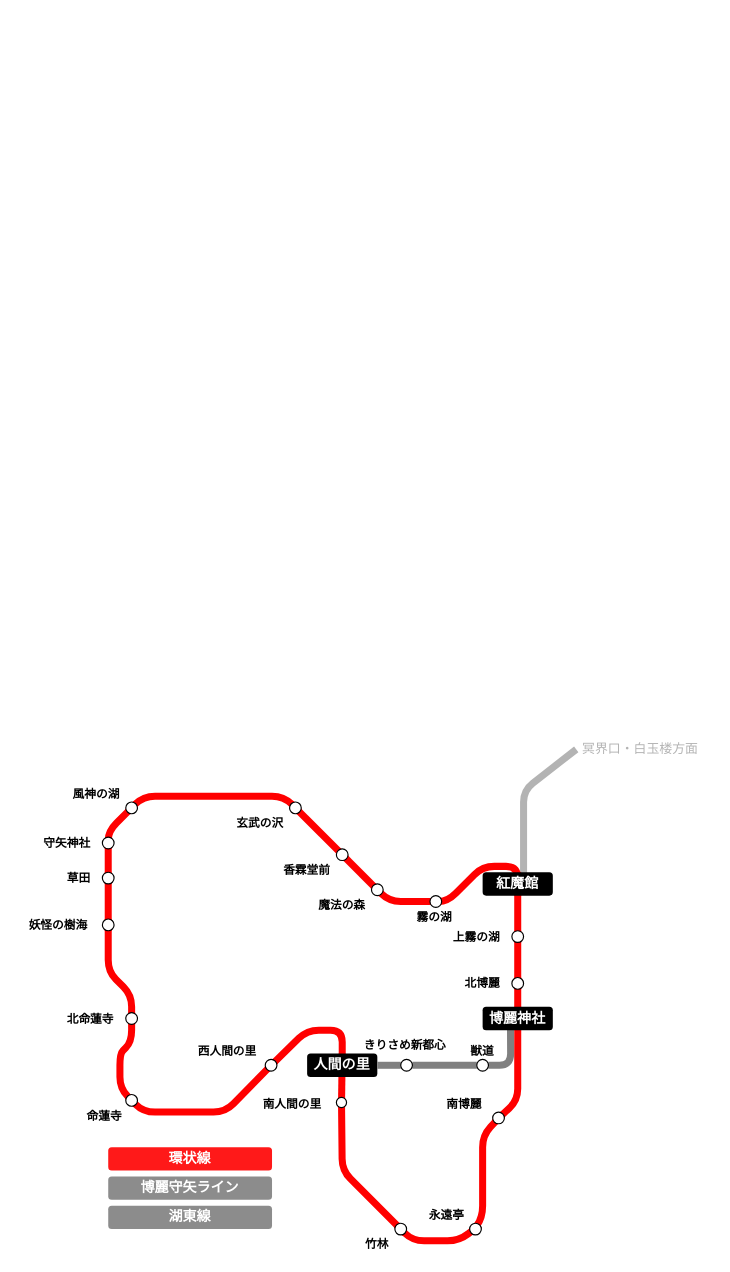
This is resources/Gensokyo_CircleLine_RailMap_Planned.drawio from noname390/BVE-Gensokyo-Railway, a draw.io file, before an edit. Source tidied: cells renumbered, new cells numbered last; positions are measured from the earlier drawing's top-left corner, leaving out a move shared by most shapes. Both pictures are drawn from the tidied source at 117%, with x=0, y=0 at pixel (20, 731).
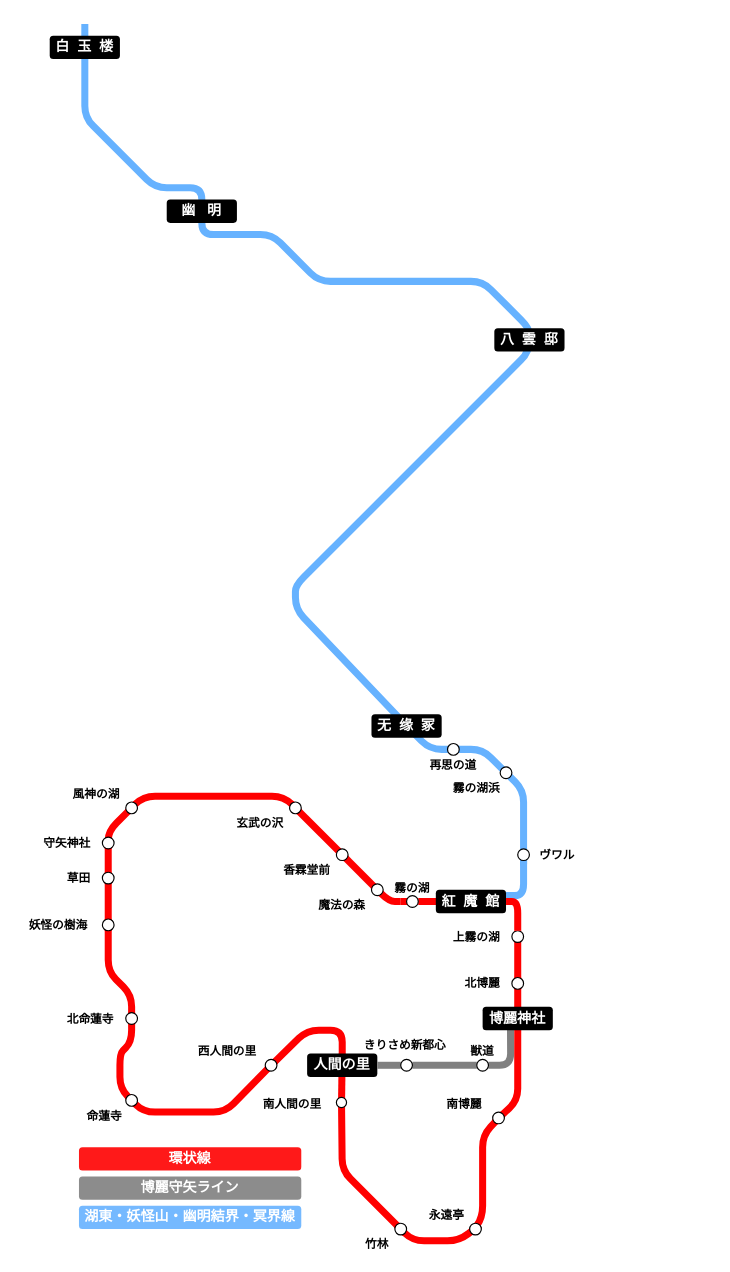
Above is the later version.

The change refers to these unchanged cells:
```xml
<mxCell id="66" style="ellipse;whiteSpace=wrap;html=1;" parent="1" vertex="1">
  <mxGeometry x="300" y="130" width="10" height="10" as="geometry" />
</mxCell>
<mxCell id="68" style="ellipse;whiteSpace=wrap;html=1;" parent="1" vertex="1">
  <mxGeometry x="420" y="170" width="10" height="10" as="geometry" />
</mxCell>
```

Diff of the diagram source:
```diff
@@
+    <mxCell id="90" style="endArrow=none;html=1;rounded=1;labelBackgroundColor=default;strokeColor=#FF0000;strokeWidth=6;fontFamily=Helvetica;fontSize=11;fontColor=default;startSize=0;endSize=0;shape=connector;exitX=0;exitY=0;exitDx=0;exitDy=0;" parent="1" edge="1" source="66">
+      <mxGeometry relative="1" as="geometry">
+        <mxPoint x="325" y="145" as="targetPoint" />
+        <Array as="points">
+          <mxPoint x="315" y="145" />
+        </Array>
+      </mxGeometry>
+    </mxCell>
+    <mxCell id="91" style="endArrow=none;html=1;rounded=1;strokeColor=#66B2FF;strokeWidth=6;endFill=0;" parent="1" edge="1">
+      <mxGeometry relative="1" as="geometry">
+        <mxPoint x="375" y="15" as="sourcePoint" />
+        <mxPoint x="335" as="targetPoint" />
+        <Array as="points">
+          <mxPoint x="350" y="15" />
+        </Array>
+      </mxGeometry>
+    </mxCell>
+    <mxCell id="92" style="endArrow=none;html=1;rounded=1;strokeColor=#66B2FF;strokeWidth=6;endFill=0;" parent="1" edge="1" source="95" target="98">
+      <mxGeometry relative="1" as="geometry">
+        <Array as="points">
+          <mxPoint x="430" y="115" />
+          <mxPoint x="430" y="50" />
+          <mxPoint x="395" y="15" />
+          <mxPoint x="370" y="15" />
+        </Array>
+      </mxGeometry>
+    </mxCell>
+    <mxCell id="93" style="endArrow=none;html=1;rounded=1;strokeColor=#66B2FF;strokeWidth=6;endFill=0;" parent="1" edge="1" source="98">
+      <mxGeometry relative="1" as="geometry">
+        <mxPoint x="365" y="15" as="targetPoint" />
+      </mxGeometry>
+    </mxCell>
+    <mxCell id="94" style="endArrow=none;html=1;rounded=1;strokeColor=#66B2FF;strokeWidth=6;endFill=0;exitX=1;exitY=0.25;exitDx=0;exitDy=0;" parent="1" edge="1" source="65">
+      <mxGeometry relative="1" as="geometry">
+        <mxPoint x="430" y="105" as="targetPoint" />
+        <Array as="points">
+          <mxPoint x="430" y="140" />
+        </Array>
+      </mxGeometry>
+    </mxCell>
-    <mxCell id="2" style="endArrow=none;html=1;rounded=1;strokeColor=#B3B3B3;strokeWidth=6;endFill=0;" parent="1" edge="1">
+    <mxCell id="2" style="endArrow=none;html=1;rounded=1;strokeColor=#66B2FF;strokeWidth=6;endFill=0;" parent="1" edge="1">
       <mxGeometry relative="1" as="geometry">
-        <mxPoint x="430" y="125" as="sourcePoint" />
-        <mxPoint x="475" y="15" as="targetPoint" />
+        <mxPoint x="331.6" y="-3.6" as="sourcePoint" />
+        <mxPoint x="55" y="-605" as="targetPoint" />
         <Array as="points">
-          <mxPoint x="430" y="115" />
-          <mxPoint x="430" y="50" />
+          <mxPoint x="235" y="-105" />
+          <mxPoint x="235" y="-125" />
+          <mxPoint x="435" y="-325" />
+          <mxPoint x="435" y="-345" />
+          <mxPoint x="395" y="-385" />
+          <mxPoint x="255" y="-385" />
+          <mxPoint x="215" y="-425" />
+          <mxPoint x="155" y="-425" />
+          <mxPoint x="155" y="-465" />
+          <mxPoint x="115" y="-465" />
+          <mxPoint x="55" y="-525" />
         </Array>
       </mxGeometry>
     </mxCell>
@@
-    <mxCell id="5" style="endArrow=none;html=1;rounded=1;labelBackgroundColor=default;strokeColor=#FF0000;strokeWidth=6;fontFamily=Helvetica;fontSize=11;fontColor=default;startSize=0;endSize=0;shape=connector;exitX=0.5;exitY=1;exitDx=0;exitDy=0;entryX=0.5;entryY=0;entryDx=0;entryDy=0;" parent="1" edge="1" source="68" target="65">
-      <mxGeometry relative="1" as="geometry" />
-    </mxCell>
-    <mxCell id="6" style="endArrow=none;html=1;rounded=1;labelBackgroundColor=default;strokeColor=#FF0000;strokeWidth=6;fontFamily=Helvetica;fontSize=11;fontColor=default;startSize=0;endSize=0;shape=connector;exitX=0;exitY=0.5;exitDx=0;exitDy=0;entryX=0.5;entryY=1;entryDx=0;entryDy=0;" parent="1" edge="1" source="64" target="65">
-      <mxGeometry relative="1" as="geometry">
-        <Array as="points">
-          <mxPoint x="365" y="145" />
-          <mxPoint x="395" y="115" />
-          <mxPoint x="425" y="115" />
-        </Array>
-      </mxGeometry>
-    </mxCell>
@@
-    <mxCell id="9" style="endArrow=none;html=1;rounded=1;labelBackgroundColor=default;strokeColor=#FF0000;strokeWidth=6;fontFamily=Helvetica;fontSize=11;fontColor=default;startSize=0;endSize=0;shape=connector;exitX=0;exitY=0;exitDx=0;exitDy=0;" parent="1" edge="1" source="66">
-      <mxGeometry relative="1" as="geometry">
-        <mxPoint x="355" y="145" as="targetPoint" />
-        <Array as="points">
-          <mxPoint x="315" y="145" />
-        </Array>
-      </mxGeometry>
+    <mxCell id="9" style="endArrow=none;html=1;rounded=1;labelBackgroundColor=default;strokeColor=#FF0000;strokeWidth=6;fontFamily=Helvetica;fontSize=11;fontColor=default;startSize=0;endSize=0;shape=connector;entryX=0.041;entryY=0.502;entryDx=0;entryDy=0;entryPerimeter=0;" parent="1" edge="1" source="64" target="65">
+      <mxGeometry relative="1" as="geometry" />
     </mxCell>
@@
     <mxCell id="38" value="&lt;font style=&quot;font-size: 12px;&quot;&gt;&lt;font style=&quot;font-size: 12px;&quot; color=&quot;#ffffff&quot;&gt;&lt;b style=&quot;&quot;&gt;環状線&lt;/b&gt;&lt;/font&gt;&lt;/font&gt;" style="rounded=1;whiteSpace=wrap;html=1;fontFamily=Helvetica;fontSize=11;fontColor=default;strokeColor=none;fillColor=#FF0000;opacity=90;" parent="1" vertex="1">
-      <mxGeometry x="75" y="355" width="140" height="20" as="geometry" />
+      <mxGeometry x="50" y="355" width="190" height="20" as="geometry" />
     </mxCell>
@@
     <mxCell id="54" value="&lt;font size=&quot;1&quot; color=&quot;#ffffff&quot;&gt;&lt;b style=&quot;font-size: 12px;&quot;&gt;博麗守矢ライン&lt;/b&gt;&lt;/font&gt;" style="rounded=1;whiteSpace=wrap;html=1;fontFamily=Helvetica;fontSize=11;fontColor=default;strokeColor=none;fillColor=#808080;opacity=90;" parent="1" vertex="1">
-      <mxGeometry x="75" y="380" width="140" height="20" as="geometry" />
+      <mxGeometry x="50" y="380" width="190" height="20" as="geometry" />
     </mxCell>
@@
-    <mxCell id="64" style="ellipse;whiteSpace=wrap;html=1;" parent="1" vertex="1">
-      <mxGeometry x="350" y="140" width="10" height="10" as="geometry" />
-    </mxCell>
-    <mxCell id="65" value="&lt;font color=&quot;#ffffff&quot;&gt;&lt;b&gt;紅魔館&lt;/b&gt;&lt;/font&gt;" style="rounded=1;whiteSpace=wrap;html=1;strokeColor=none;fillColor=#000000;" parent="1" vertex="1">
-      <mxGeometry x="395" y="120" width="60" height="20" as="geometry" />
+    <mxCell id="65" value="&lt;font color=&quot;#ffffff&quot;&gt;&lt;b&gt;紅&amp;nbsp; 魔&amp;nbsp; 館&lt;/b&gt;&lt;/font&gt;" style="rounded=1;whiteSpace=wrap;html=1;strokeColor=none;fillColor=#000000;" parent="1" vertex="1">
+      <mxGeometry x="355" y="135" width="60" height="20" as="geometry" />
     </mxCell>
@@
     <mxCell id="78" value="&lt;b&gt;&lt;font style=&quot;font-size: 10px;&quot;&gt;霧の湖&lt;/font&gt;&lt;/b&gt;" style="text;html=1;strokeColor=none;fillColor=none;align=center;verticalAlign=middle;whiteSpace=wrap;rounded=0;fontSize=11;fontFamily=Helvetica;fontColor=default;" parent="1" vertex="1">
-      <mxGeometry x="335" y="150" width="37.5" height="15" as="geometry" />
+      <mxGeometry x="316.2" y="125" width="37.5" height="15" as="geometry" />
     </mxCell>
@@
-    <mxCell id="81" value="&lt;font size=&quot;1&quot; color=&quot;#ffffff&quot;&gt;&lt;b style=&quot;font-size: 12px;&quot;&gt;湖東線&lt;/b&gt;&lt;/font&gt;" style="rounded=1;whiteSpace=wrap;html=1;fontFamily=Helvetica;fontSize=11;fontColor=default;strokeColor=none;fillColor=#808080;opacity=90;" parent="1" vertex="1">
-      <mxGeometry x="75" y="405" width="140" height="20" as="geometry" />
+    <mxCell id="81" value="&lt;font size=&quot;1&quot; color=&quot;#ffffff&quot;&gt;&lt;b style=&quot;font-size: 12px;&quot;&gt;湖東&lt;/b&gt;&lt;/font&gt;&lt;b style=&quot;border-color: var(--border-color); color: rgb(255, 255, 255); font-size: 12px;&quot;&gt;・&lt;/b&gt;&lt;font size=&quot;1&quot; color=&quot;#ffffff&quot;&gt;&lt;b style=&quot;font-size: 12px;&quot;&gt;妖怪山・幽明結界・冥界線&lt;/b&gt;&lt;/font&gt;" style="rounded=1;whiteSpace=wrap;html=1;fontFamily=Helvetica;fontSize=11;fontColor=default;strokeColor=none;fillColor=#66B2FF;opacity=90;" parent="1" vertex="1">
+      <mxGeometry x="50" y="405" width="190" height="20" as="geometry" />
     </mxCell>
-    <mxCell id="82" value="&lt;font color=&quot;#b3b3b3&quot; style=&quot;font-size: 11px; font-weight: normal;&quot;&gt;冥界口・白玉楼方面&lt;/font&gt;" style="text;strokeColor=none;align=center;fillColor=none;html=1;verticalAlign=middle;whiteSpace=wrap;rounded=0;fontStyle=1;fontSize=8;" parent="1" vertex="1">
-      <mxGeometry x="470" width="120" height="30" as="geometry" />
-    </mxCell>
@@
+    <mxCell id="95" style="ellipse;whiteSpace=wrap;html=1;" parent="1" vertex="1">
+      <mxGeometry x="425" y="100" width="10" height="10" as="geometry" />
+    </mxCell>
+    <mxCell id="96" value="&lt;span style=&quot;font-size: 10px;&quot;&gt;&lt;b&gt;ヴワル&lt;/b&gt;&lt;/span&gt;" style="text;html=1;strokeColor=none;fillColor=none;align=center;verticalAlign=middle;whiteSpace=wrap;rounded=0;fontSize=11;fontFamily=Helvetica;fontColor=default;" parent="1" vertex="1">
+      <mxGeometry x="440" y="97.5" width="37.5" height="15" as="geometry" />
+    </mxCell>
+    <mxCell id="97" style="ellipse;whiteSpace=wrap;html=1;" parent="1" vertex="1">
+      <mxGeometry x="410" y="30" width="10" height="10" as="geometry" />
+    </mxCell>
+    <mxCell id="98" style="ellipse;whiteSpace=wrap;html=1;" parent="1" vertex="1">
+      <mxGeometry x="365" y="10" width="10" height="10" as="geometry" />
+    </mxCell>
+    <mxCell id="99" value="&lt;b&gt;&lt;font style=&quot;font-size: 10px;&quot;&gt;霧の湖浜&lt;/font&gt;&lt;/b&gt;" style="text;html=1;strokeColor=none;fillColor=none;align=center;verticalAlign=middle;whiteSpace=wrap;rounded=0;fontSize=11;fontFamily=Helvetica;fontColor=default;" parent="1" vertex="1">
+      <mxGeometry x="365" y="40" width="50" height="15" as="geometry" />
+    </mxCell>
+    <mxCell id="100" value="&lt;b&gt;&lt;font style=&quot;font-size: 10px;&quot;&gt;再思の道&lt;/font&gt;&lt;/b&gt;" style="text;html=1;strokeColor=none;fillColor=none;align=center;verticalAlign=middle;whiteSpace=wrap;rounded=0;fontSize=11;fontFamily=Helvetica;fontColor=default;" parent="1" vertex="1">
+      <mxGeometry x="345" y="20" width="50" height="15" as="geometry" />
+    </mxCell>
+    <mxCell id="101" value="&lt;font color=&quot;#ffffff&quot;&gt;&lt;b&gt;无&amp;nbsp; 缘&amp;nbsp; 冢&lt;/b&gt;&lt;/font&gt;" style="rounded=1;whiteSpace=wrap;html=1;strokeColor=none;fillColor=#000000;" parent="1" vertex="1">
+      <mxGeometry x="300" y="-15" width="60" height="20" as="geometry" />
+    </mxCell>
+    <mxCell id="102" value="&lt;b&gt;&lt;font color=&quot;#ffffff&quot;&gt;八&amp;nbsp; 雲&amp;nbsp; 邸&lt;/font&gt;&lt;/b&gt;" style="rounded=1;whiteSpace=wrap;html=1;strokeColor=none;fillColor=#000000;" parent="1" vertex="1">
+      <mxGeometry x="405" y="-345" width="60" height="20" as="geometry" />
+    </mxCell>
+    <mxCell id="103" value="&lt;b&gt;&lt;font color=&quot;#ffffff&quot;&gt;幽&amp;nbsp; &amp;nbsp;明&lt;/font&gt;&lt;/b&gt;" style="rounded=1;whiteSpace=wrap;html=1;strokeColor=none;fillColor=#000000;" parent="1" vertex="1">
+      <mxGeometry x="125" y="-455" width="60" height="20" as="geometry" />
+    </mxCell>
+    <mxCell id="104" value="&lt;b&gt;&lt;font color=&quot;#ffffff&quot;&gt;白&amp;nbsp; 玉&amp;nbsp; 楼&lt;/font&gt;&lt;/b&gt;" style="rounded=1;whiteSpace=wrap;html=1;strokeColor=none;fillColor=#000000;" parent="1" vertex="1">
+      <mxGeometry x="25" y="-595" width="60" height="20" as="geometry" />
+    </mxCell>
+    <mxCell id="5" style="endArrow=none;html=1;rounded=1;labelBackgroundColor=default;strokeColor=#FF0000;strokeWidth=6;fontFamily=Helvetica;fontSize=11;fontColor=default;startSize=0;endSize=0;shape=connector;entryX=1;entryY=0.5;entryDx=0;entryDy=0;" parent="1" edge="1" source="68" target="65">
+      <mxGeometry relative="1" as="geometry">
+        <Array as="points">
+          <mxPoint x="425" y="145" />
+        </Array>
+      </mxGeometry>
+    </mxCell>
+    <mxCell id="105" style="endArrow=none;html=1;rounded=1;labelBackgroundColor=default;strokeColor=#FF0000;strokeWidth=6;fontFamily=Helvetica;fontSize=11;fontColor=default;startSize=0;endSize=0;shape=connector;entryX=0.041;entryY=0.502;entryDx=0;entryDy=0;entryPerimeter=0;" parent="1" edge="1" target="64">
+      <mxGeometry relative="1" as="geometry">
+        <mxPoint x="325" y="145" as="sourcePoint" />
+      </mxGeometry>
+    </mxCell>
+    <mxCell id="64" style="ellipse;whiteSpace=wrap;html=1;" parent="1" vertex="1">
+      <mxGeometry x="330" y="140" width="10" height="10" as="geometry" />
+    </mxCell>
```
